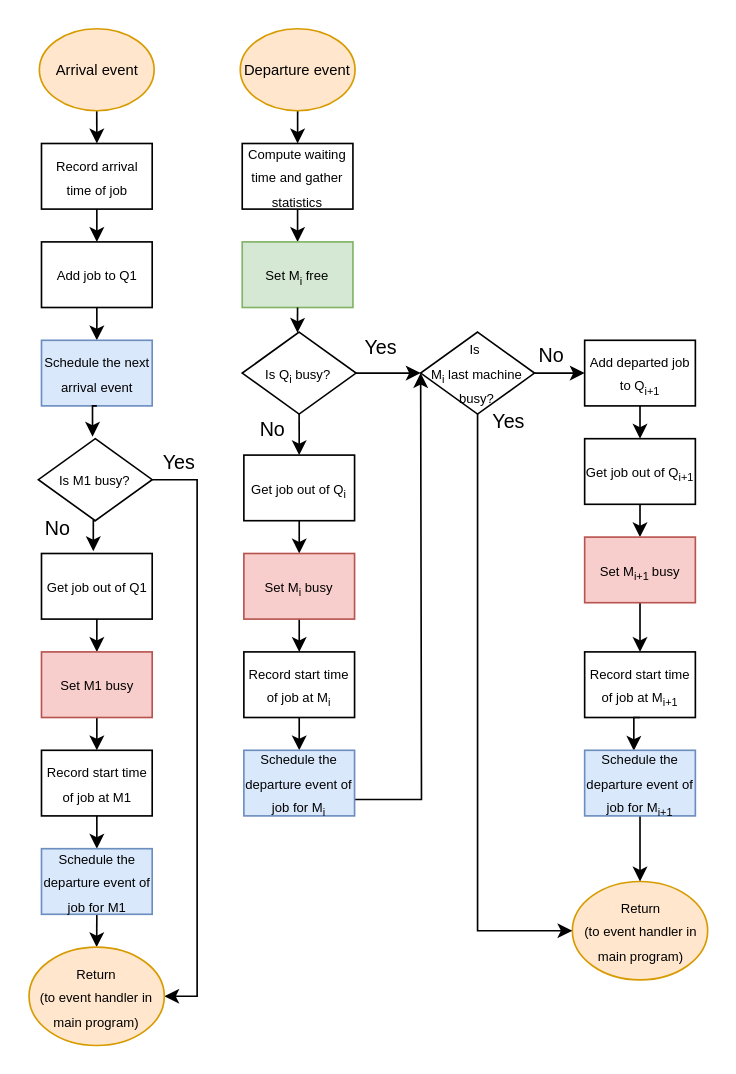
Earlier version of the draw.io diagram page "4.1.1" (1 of 2) of MIC.drawio (Chaiyachet211311/MIC-1CV50). Source tidied: cells renumbered, new cells numbered last; positions are measured from the earlier drawing's top-left corner, leaving out a move shared by most shapes. Both pictures are drawn from the tidied source at 164%, with x=0, y=0 at pixel (28, 28).
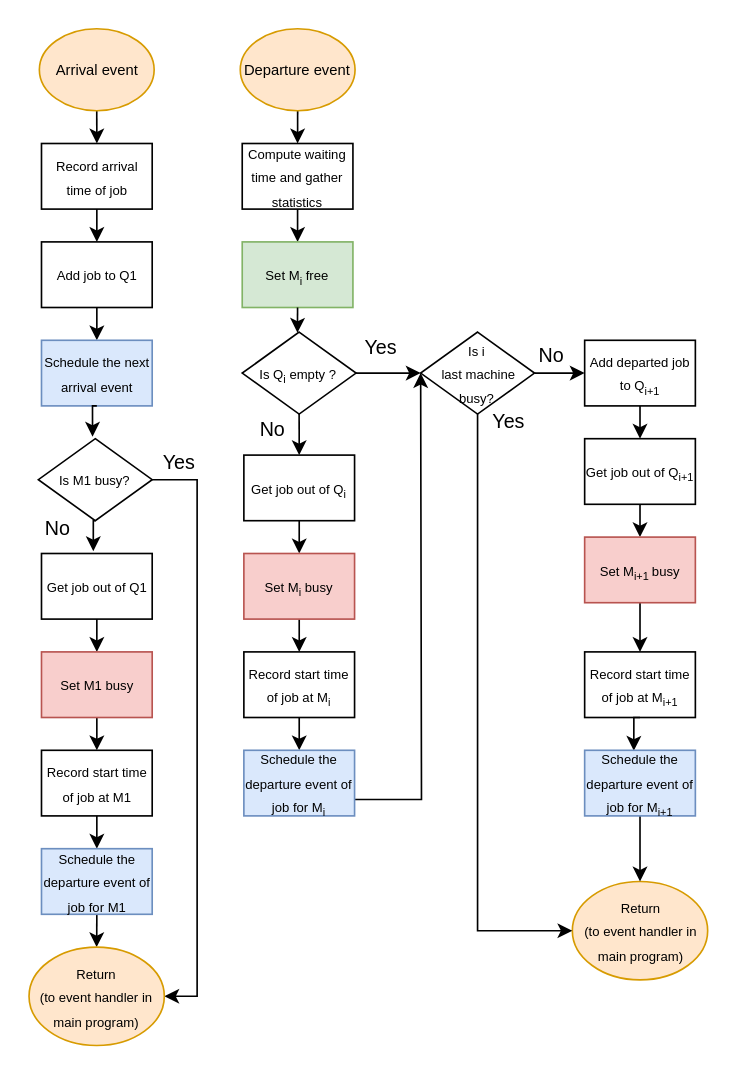
Above is the later version.

Change to the diagram source:
```diff
@@
-    <mxCell id="30" value="&lt;font style=&quot;font-size: 8px;&quot;&gt;Is Q&lt;sub&gt;i&lt;/sub&gt; busy?&lt;/font&gt;" style="rhombus;whiteSpace=wrap;html=1;" parent="1" vertex="1">
+    <mxCell id="30" value="&lt;font style=&quot;font-size: 8px;&quot;&gt;Is Q&lt;sub&gt;i&lt;/sub&gt;&amp;nbsp;empty ?&lt;/font&gt;" style="rhombus;whiteSpace=wrap;html=1;" parent="1" vertex="1">
       <mxGeometry x="130.2" y="185" width="69.4" height="50" as="geometry" />
     </mxCell>
@@
-    <mxCell id="42" value="&lt;font style=&quot;font-size: 8px;&quot;&gt;Is&amp;nbsp;&lt;/font&gt;&lt;div&gt;&lt;font style=&quot;font-size: 8px;&quot;&gt;M&lt;sub&gt;i&lt;/sub&gt;&amp;nbsp;last machine busy?&lt;/font&gt;&lt;/div&gt;" style="rhombus;whiteSpace=wrap;html=1;" parent="1" vertex="1">
+    <mxCell id="42" value="&lt;font style=&quot;font-size: 8px;&quot;&gt;Is i&lt;/font&gt;&lt;div&gt;&lt;font style=&quot;font-size: 8px;&quot;&gt;&amp;nbsp;last machine busy?&lt;/font&gt;&lt;/div&gt;" style="rhombus;whiteSpace=wrap;html=1;" parent="1" vertex="1">
       <mxGeometry x="239" y="185" width="69.4" height="50" as="geometry" />
     </mxCell>
```
